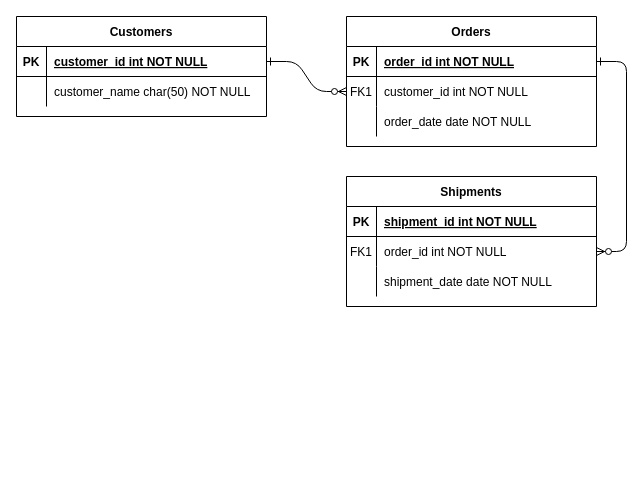
Above: EntityRelationshipDiagram_SmartLoansSystem.drawio in mugumya21/loanMS (draw.io), before the change. Source tidied: cells renumbered, new cells numbered last; positions are measured from the earlier drawing's top-left corner, leaving out a move shared by most shapes. Both pictures are drawn from the tidied source at 100%, with x=0, y=0 at pixel (16, 16).
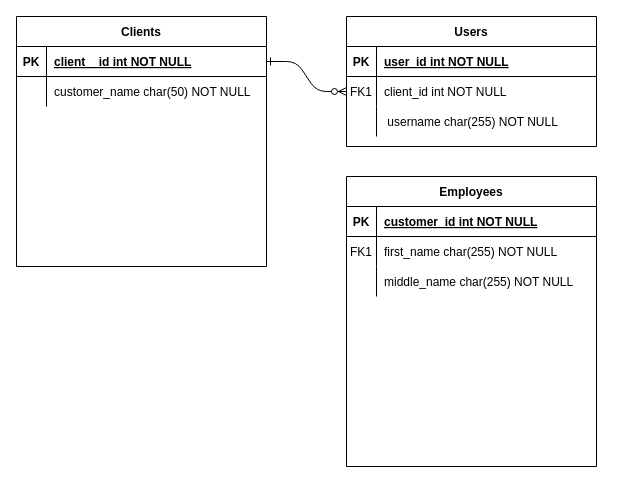
Above is the later version.

The change refers to these unchanged cells:
```xml
<mxCell id="5" style="shape=partialRectangle;fillColor=none;points=[[0,0.5],[1,0.5]];portConstraint=eastwest;top=0;left=0;right=0;bottom=1;" parent="4" vertex="1">
  <mxGeometry y="30" width="250" height="30" as="geometry" />
</mxCell>
<mxCell id="8" style="shape=partialRectangle;fillColor=none;points=[[0,0.5],[1,0.5]];portConstraint=eastwest;top=0;left=0;right=0;bottom=0;" parent="4" vertex="1">
  <mxGeometry y="60" width="250" height="30" as="geometry" />
</mxCell>
<mxCell id="11" style="shape=partialRectangle;fillColor=none;top=0;left=0;right=0;bottom=0;" parent="4" vertex="1">
  <mxGeometry y="90" width="250" height="30" as="geometry" />
</mxCell>
<mxCell id="15" style="shape=partialRectangle;fillColor=none;top=0;left=0;right=0;bottom=1;" parent="14" vertex="1">
  <mxGeometry y="30" width="250" height="30" as="geometry" />
</mxCell>
<mxCell id="18" style="shape=partialRectangle;fillColor=none;points=[[0,0.5],[1,0.5]];portConstraint=eastwest;top=0;left=0;right=0;bottom=0;" parent="14" vertex="1">
  <mxGeometry y="60" width="250" height="30" as="geometry" />
</mxCell>
<mxCell id="21" style="shape=partialRectangle;fillColor=none;top=0;left=0;right=0;bottom=0;" parent="14" vertex="1">
  <mxGeometry y="90" width="250" height="30" as="geometry" />
</mxCell>
<mxCell id="25" style="shape=partialRectangle;fillColor=none;points=[[0,0.5],[1,0.5]];portConstraint=eastwest;top=0;left=0;right=0;bottom=1;" parent="24" vertex="1">
  <mxGeometry y="30" width="250" height="30" as="geometry" />
</mxCell>
```

The edit, as a diff of the source:
```diff
@@
-    <mxCell id="3" style="edgeStyle=entityRelationEdgeStyle;endArrow=ERzeroToMany;startArrow=ERone;endFill=1;startFill=0;" parent="1" edge="1" source="5" target="18">
-      <mxGeometry relative="1" as="geometry" />
-    </mxCell>
-    <mxCell id="4" value="Orders" style="shape=table;startSize=30;childLayout=tableLayout;rowLines=0;fontStyle=1;align=center;" parent="1" vertex="1">
+    <mxCell id="4" value="Users" style="shape=table;startSize=30;childLayout=tableLayout;rowLines=0;fontStyle=1;align=center;" parent="1" vertex="1">
       <mxGeometry x="330" width="250" height="130" as="geometry" />
     </mxCell>
@@
-    <mxCell id="7" value="order_id int NOT NULL " style="shape=partialRectangle;overflow=hidden;fillColor=none;top=0;left=0;bottom=0;right=0;align=left;spacingLeft=6;fontStyle=5;" parent="5" vertex="1">
+    <mxCell id="7" value="user_id int NOT NULL " style="shape=partialRectangle;overflow=hidden;fillColor=none;top=0;left=0;bottom=0;right=0;align=left;spacingLeft=6;fontStyle=5;" parent="5" vertex="1">
       <mxGeometry x="30" width="220" height="30" as="geometry" />
     </mxCell>
@@
-    <mxCell id="10" value="customer_id int NOT NULL" style="shape=partialRectangle;overflow=hidden;fillColor=none;top=0;left=0;bottom=0;right=0;align=left;spacingLeft=6;" parent="8" vertex="1">
+    <mxCell id="10" value="client_id int NOT NULL" style="shape=partialRectangle;overflow=hidden;fillColor=none;top=0;left=0;bottom=0;right=0;align=left;spacingLeft=6;" parent="8" vertex="1">
       <mxGeometry x="30" width="220" height="30" as="geometry" />
     </mxCell>
@@
-    <mxCell id="13" value="order_date date NOT NULL" style="shape=partialRectangle;overflow=hidden;fillColor=none;top=0;left=0;bottom=0;right=0;align=left;spacingLeft=6;" parent="11" vertex="1">
+    <mxCell id="13" value=" username char(255) NOT NULL" style="shape=partialRectangle;overflow=hidden;fillColor=none;top=0;left=0;bottom=0;right=0;align=left;spacingLeft=6;" parent="11" vertex="1">
       <mxGeometry x="30" width="220" height="30" as="geometry" />
     </mxCell>
-    <mxCell id="14" value="Shipments" style="shape=table;startSize=30;childLayout=tableLayout;rowLines=0;fontStyle=1;align=center;" parent="1" vertex="1">
-      <mxGeometry x="330" y="160" width="250" height="130" as="geometry" />
+    <mxCell id="14" value="Employees" style="shape=table;startSize=30;childLayout=tableLayout;rowLines=0;fontStyle=1;align=center;" parent="1" vertex="1">
+      <mxGeometry x="330" y="160" width="250" height="290" as="geometry" />
     </mxCell>
@@
-    <mxCell id="17" value="shipment_id int NOT NULL " style="shape=partialRectangle;overflow=hidden;fillColor=none;top=0;left=0;bottom=0;right=0;align=left;spacingLeft=6;fontStyle=5;" parent="15" vertex="1">
+    <mxCell id="17" value="customer_id int NOT NULL " style="shape=partialRectangle;overflow=hidden;fillColor=none;top=0;left=0;bottom=0;right=0;align=left;spacingLeft=6;fontStyle=5;" parent="15" vertex="1">
       <mxGeometry x="30" width="220" height="30" as="geometry" />
     </mxCell>
@@
-    <mxCell id="20" value="order_id int NOT NULL" style="shape=partialRectangle;overflow=hidden;fillColor=none;top=0;left=0;bottom=0;right=0;align=left;spacingLeft=6;" parent="18" vertex="1">
+    <mxCell id="20" value="first_name char(255) NOT NULL" style="shape=partialRectangle;overflow=hidden;fillColor=none;top=0;left=0;bottom=0;right=0;align=left;spacingLeft=6;" parent="18" vertex="1">
       <mxGeometry x="30" width="220" height="30" as="geometry" />
     </mxCell>
@@
-    <mxCell id="23" value="shipment_date date NOT NULL" style="shape=partialRectangle;overflow=hidden;fillColor=none;top=0;left=0;bottom=0;right=0;align=left;spacingLeft=6;" parent="21" vertex="1">
+    <mxCell id="23" value="middle_name char(255) NOT NULL" style="shape=partialRectangle;overflow=hidden;fillColor=none;top=0;left=0;bottom=0;right=0;align=left;spacingLeft=6;" parent="21" vertex="1">
       <mxGeometry x="30" width="220" height="30" as="geometry" />
     </mxCell>
-    <mxCell id="24" value="Customers" style="shape=table;startSize=30;childLayout=tableLayout;rowLines=0;fontStyle=1;align=center;" parent="1" vertex="1">
-      <mxGeometry width="250" height="100" as="geometry" />
+    <mxCell id="24" value="Clients" style="shape=table;startSize=30;childLayout=tableLayout;rowLines=0;fontStyle=1;align=center;" parent="1" vertex="1">
+      <mxGeometry width="250" height="250" as="geometry" />
     </mxCell>
@@
-    <mxCell id="27" value="customer_id int NOT NULL " style="shape=partialRectangle;overflow=hidden;fillColor=none;top=0;left=0;bottom=0;right=0;align=left;spacingLeft=6;fontStyle=5;" parent="25" vertex="1">
+    <mxCell id="27" value="client__id int NOT NULL " style="shape=partialRectangle;overflow=hidden;fillColor=none;top=0;left=0;bottom=0;right=0;align=left;spacingLeft=6;fontStyle=5;" parent="25" vertex="1">
       <mxGeometry x="30" width="220" height="30" as="geometry" />
     </mxCell>
```
